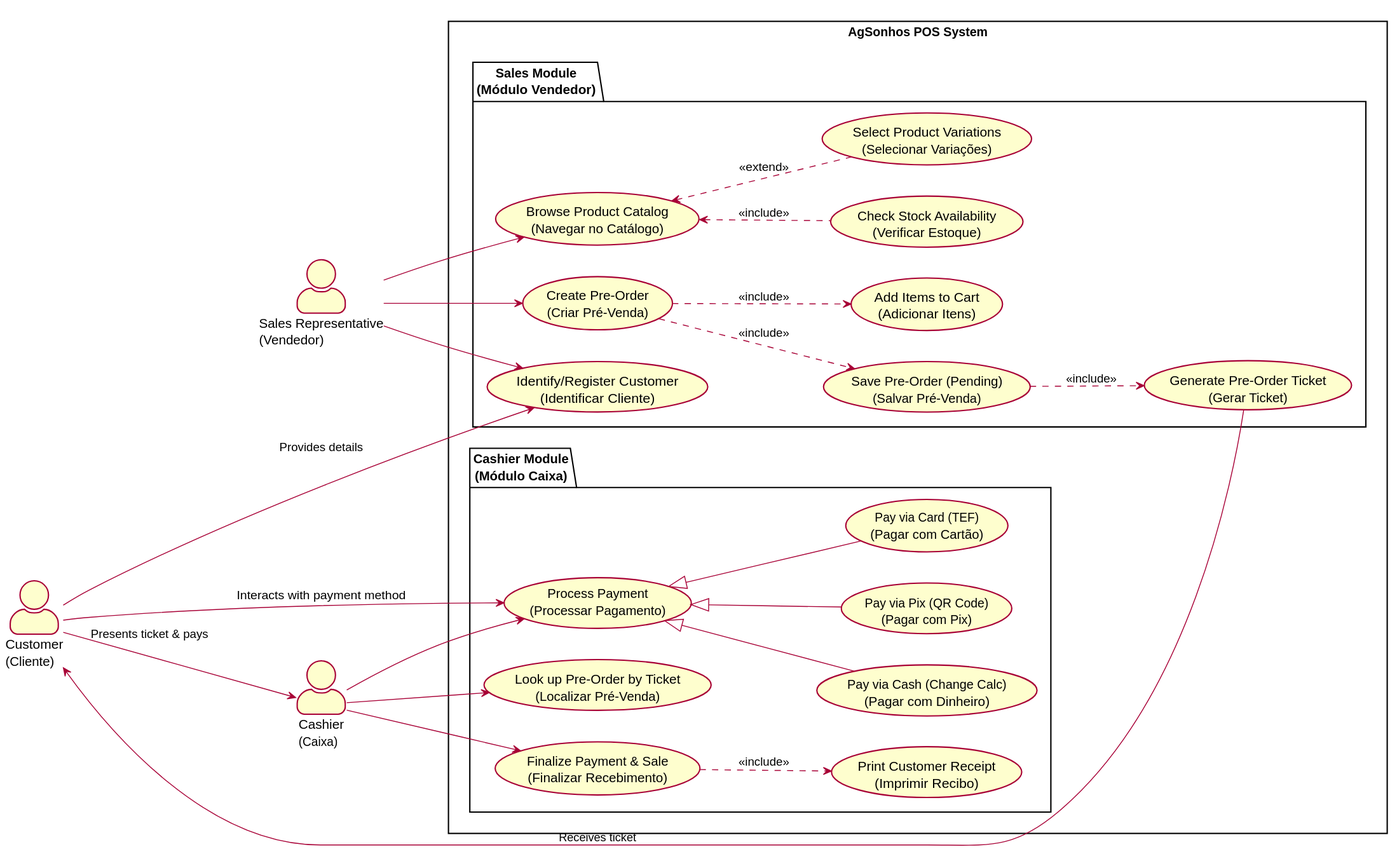
This is docs/business/use-cases/general_seller.svg from Wattrelos/Alpha_Engine, a PlantUML export, as it was before one commit.
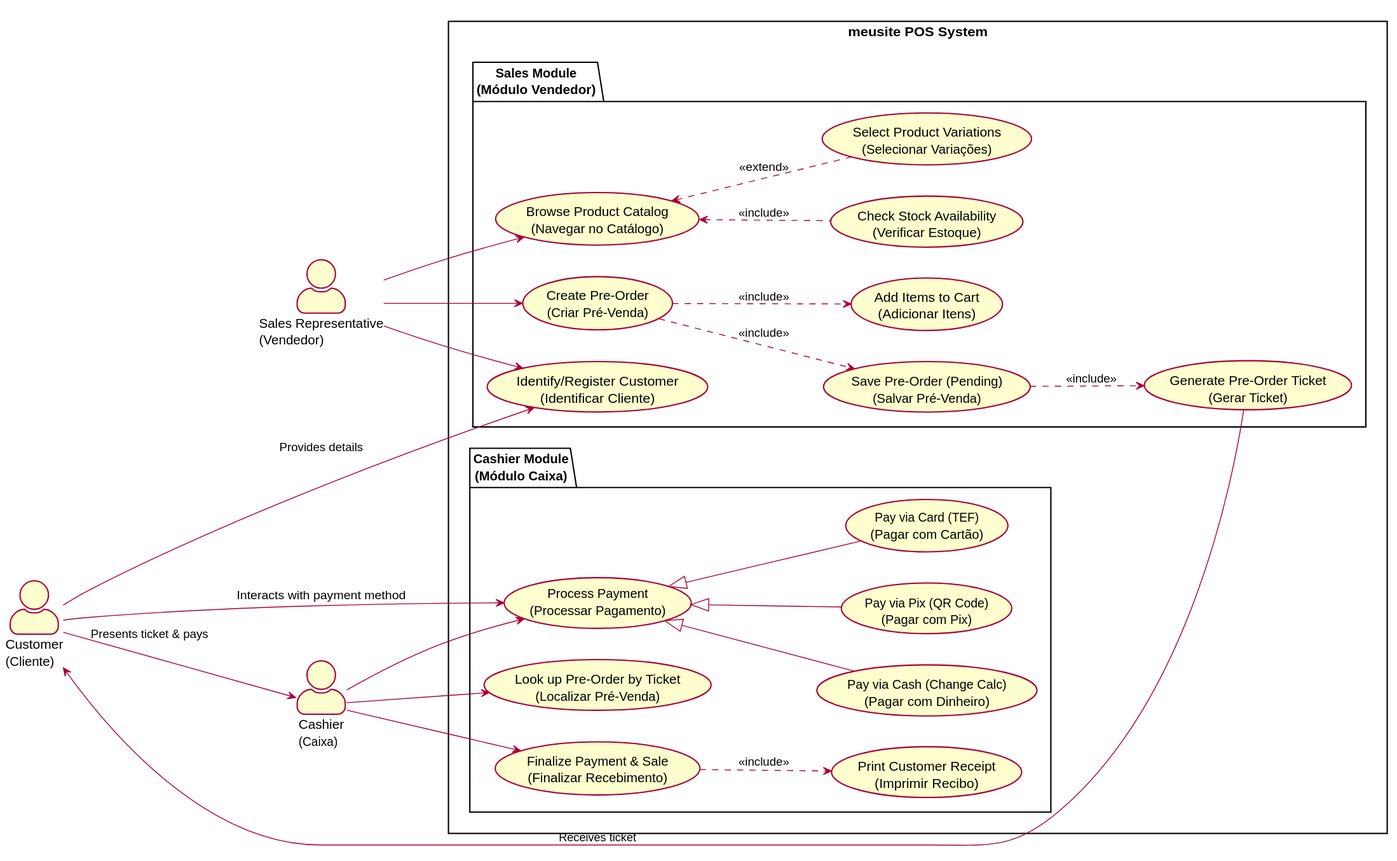
Above is the later version.

Change to the diagram source:
```diff
@@ -9,7 +9,7 @@
 actor "Customer\n(Cliente)" as Customer
 actor "Cashier\n(Caixa)" as Cashier
 
-rectangle "AgSonhos POS System" {
+rectangle "meusite POS System" {
 
     package "Sales Module\n(Módulo Vendedor)" {
         usecase "Browse Product Catalog\n(Navegar no Catálogo)" as UC_Catalog
```
